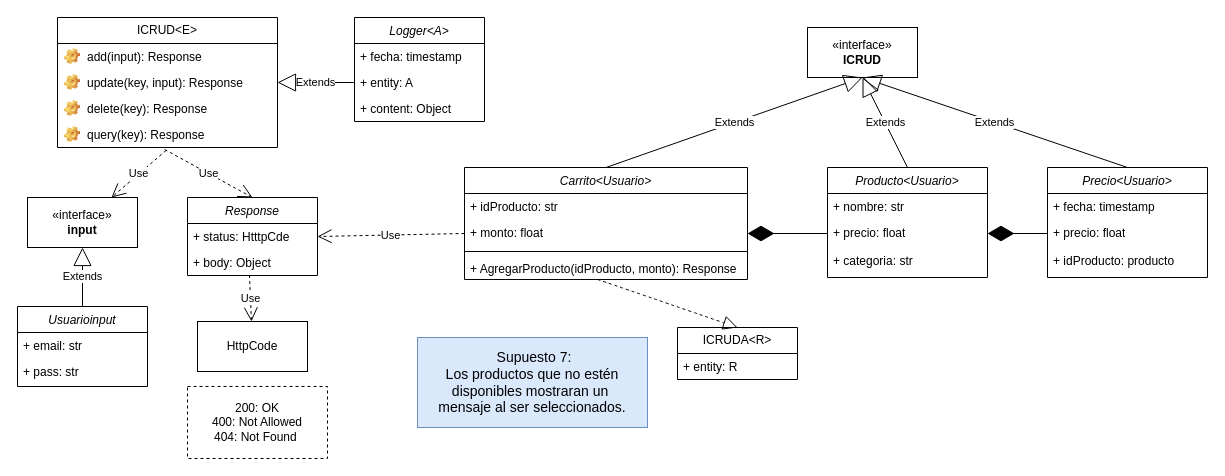
Giggin-html/dwm4 keeps this draw.io diagram as Front-End_Sprint/Diagrama Supuesto7.drawio. Above is the earlier version. Source tidied: cells renumbered, new cells numbered last; positions are measured from the earlier drawing's top-left corner, leaving out a move shared by most shapes. Both pictures are drawn from the tidied source at 100%, with x=0, y=0 at pixel (17, 17).
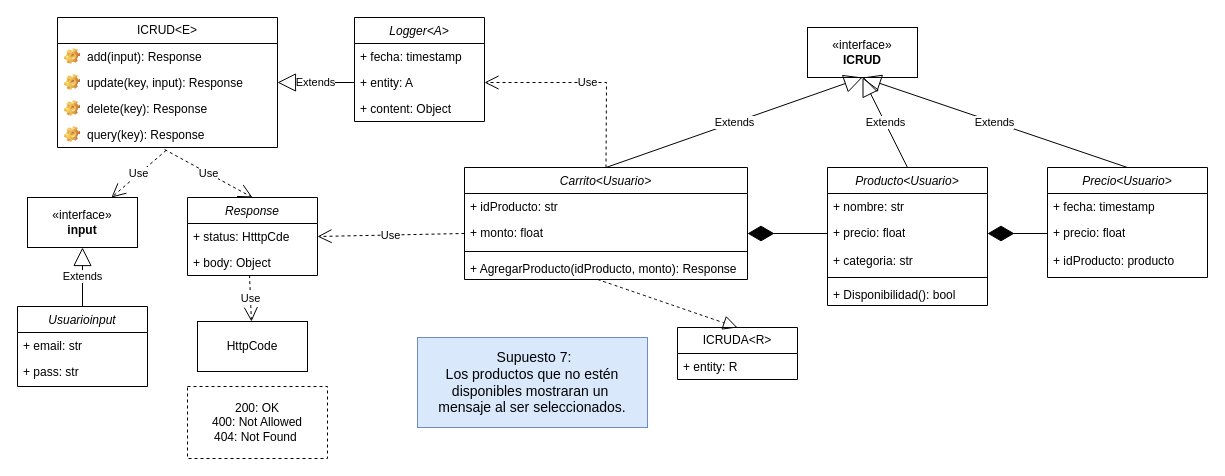
The same page after the edit.

The change refers to these unchanged cells:
```xml
<mxCell id="3" value="Carrito&lt;Usuario&gt;" style="swimlane;fontStyle=2;align=center;verticalAlign=top;horizontal=1;startSize=26;rounded=0;shadow=0;strokeWidth=1;" parent="1" vertex="1">
  <mxGeometry x="447" y="150" width="283" height="112" as="geometry" />
</mxCell>
<mxCell id="29" value="+ entity: A" style="text;strokeColor=none;fillColor=none;align=left;verticalAlign=top;spacingLeft=4;spacingRight=4;overflow=hidden;points=[[0,0.5],[1,0.5]];portConstraint=eastwest;whiteSpace=wrap;html=1;" parent="27" vertex="1">
  <mxGeometry y="52" width="130" height="26" as="geometry" />
</mxCell>
```

What changed in the source:
```diff
@@
     <mxCell id="38" value="Producto&lt;Usuario&gt;" style="swimlane;fontStyle=2;align=center;verticalAlign=top;horizontal=1;startSize=26;rounded=0;shadow=0;strokeWidth=1;" parent="1" vertex="1">
-      <mxGeometry x="810" y="150" width="160" height="110" as="geometry" />
+      <mxGeometry x="810" y="150" width="160" height="138" as="geometry" />
     </mxCell>
@@
+    <mxCell id="50" style="line;html=1;strokeWidth=1;align=left;verticalAlign=middle;spacingTop=-1;spacingLeft=3;spacingRight=3;labelPosition=right;" parent="38" vertex="1">
+      <mxGeometry y="106" width="160" height="8" as="geometry" />
+    </mxCell>
+    <mxCell id="51" value="+ Disponibilidad(): bool" style="text;strokeColor=none;fillColor=none;align=left;verticalAlign=top;spacingLeft=4;spacingRight=4;overflow=hidden;whiteSpace=wrap;html=1;" parent="38" vertex="1">
+      <mxGeometry y="114" width="160" height="24" as="geometry" />
+    </mxCell>
@@
+    <mxCell id="52" value="Use" style="endArrow=open;endSize=12;dashed=1;html=1;rounded=0;entryX=1;entryY=0.5;entryDx=0;entryDy=0;exitX=0.5;exitY=0;exitDx=0;exitDy=0;" parent="1" edge="1" source="3" target="29">
+      <mxGeometry relative="1" as="geometry">
+        <Array as="points">
+          <mxPoint x="589" y="65" />
+        </Array>
+      </mxGeometry>
+    </mxCell>
```
